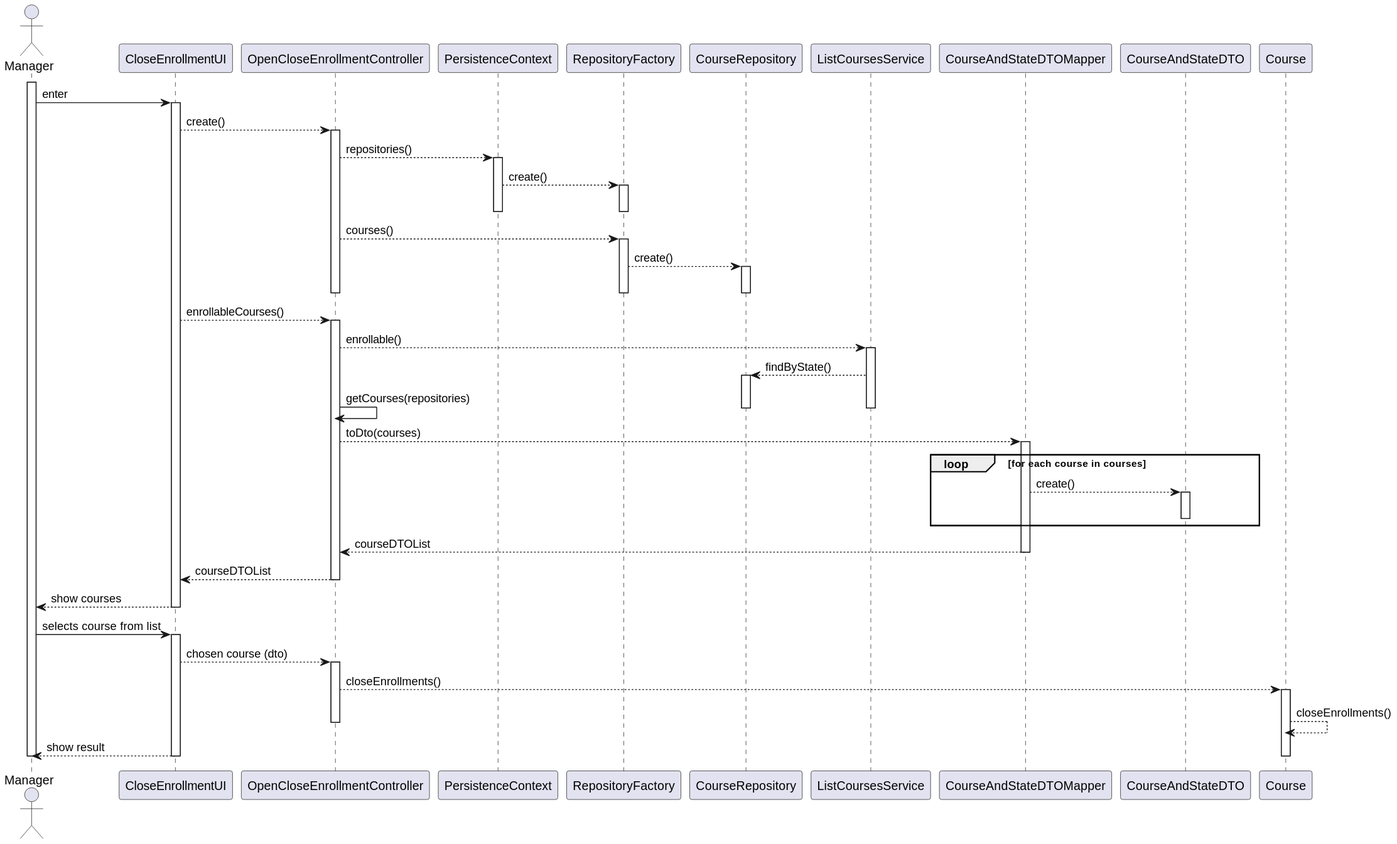
This is docs/us_1003/closeEnrollmentSD.svg from jovami/isep-lapr4, a PlantUML export, as it was before one commit.
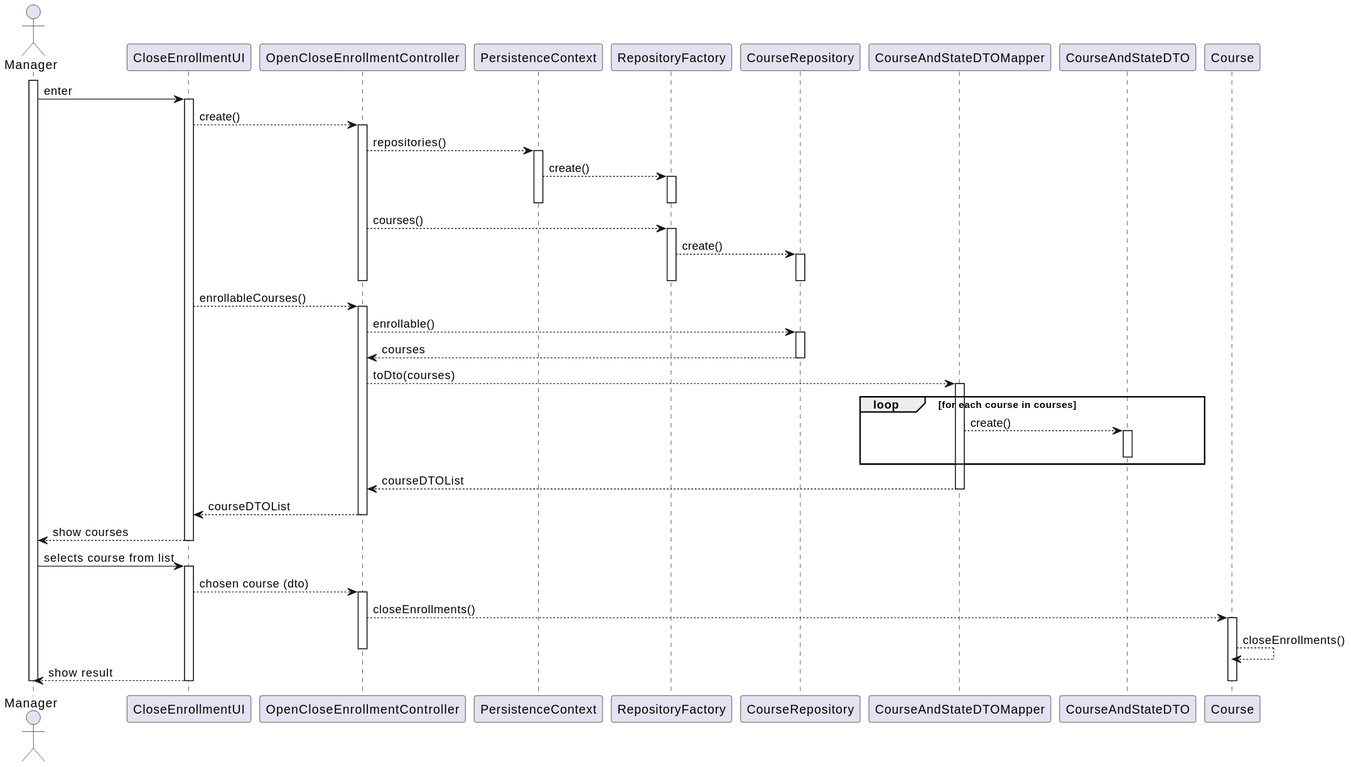
The same file after the commit.

Diff of the diagram source:
```diff
@@ -6,8 +6,6 @@
 participant PersistenceContext as ctx
 participant RepositoryFactory as rep_fac
 participant CourseRepository as repo
-
-participant ListCoursesService as svc
 
 participant CourseAndStateDTOMapper as mapper
 participant CourseAndStateDTO as dto
@@ -39,13 +37,10 @@
 
     ui --> ctrl: enrollableCourses()
     activate ctrl
-        ctrl --> svc: enrollable()
-        activate svc
-            svc --> repo: findByState()
+        ctrl --> repo: enrollable()
             activate repo
-            ctrl -> ctrl: getCourses(repositories)
+            repo --> ctrl: courses
             deactivate repo
-        deactivate svc
 
         ctrl --> mapper: toDto(courses)
         activate mapper
```
